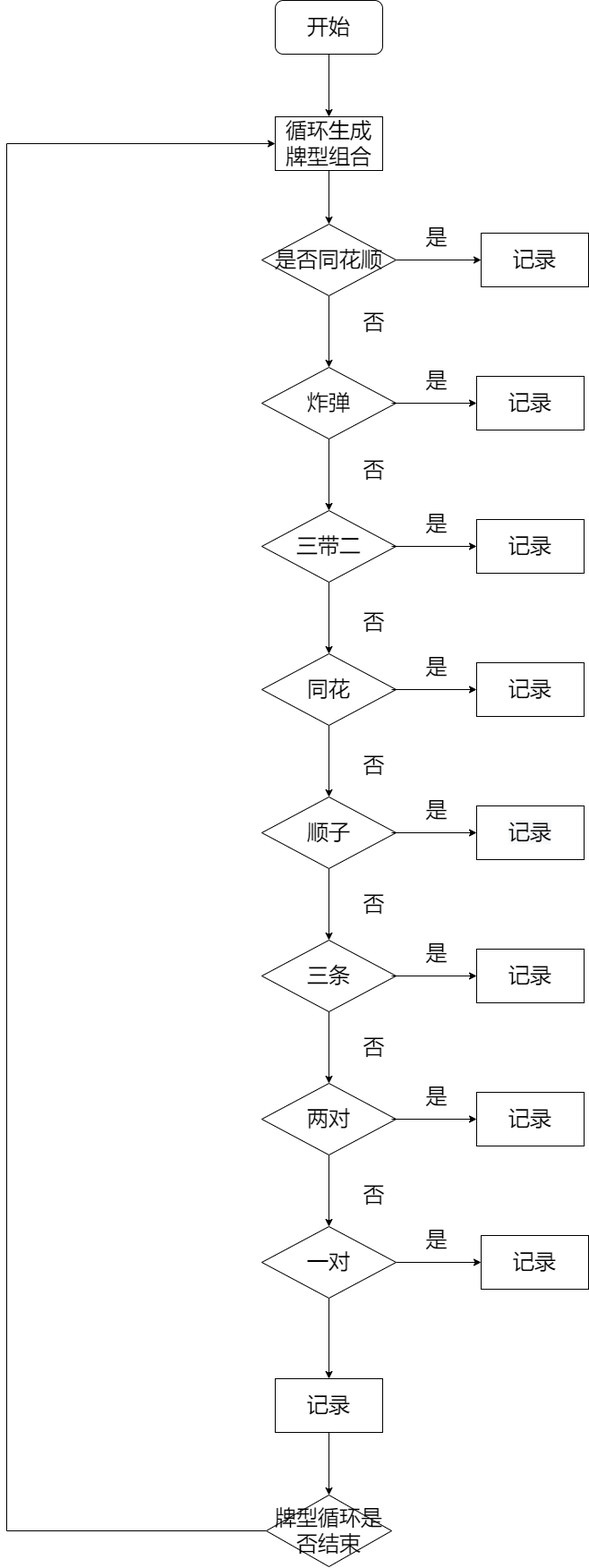
Above: Untitled Diagram.drawio.png in whitesweater/first_ (draw.io), before the change. Source tidied: cells renumbered, new cells last; positions are measured from the earlier drawing's top-left corner, leaving out a move shared by most shapes.
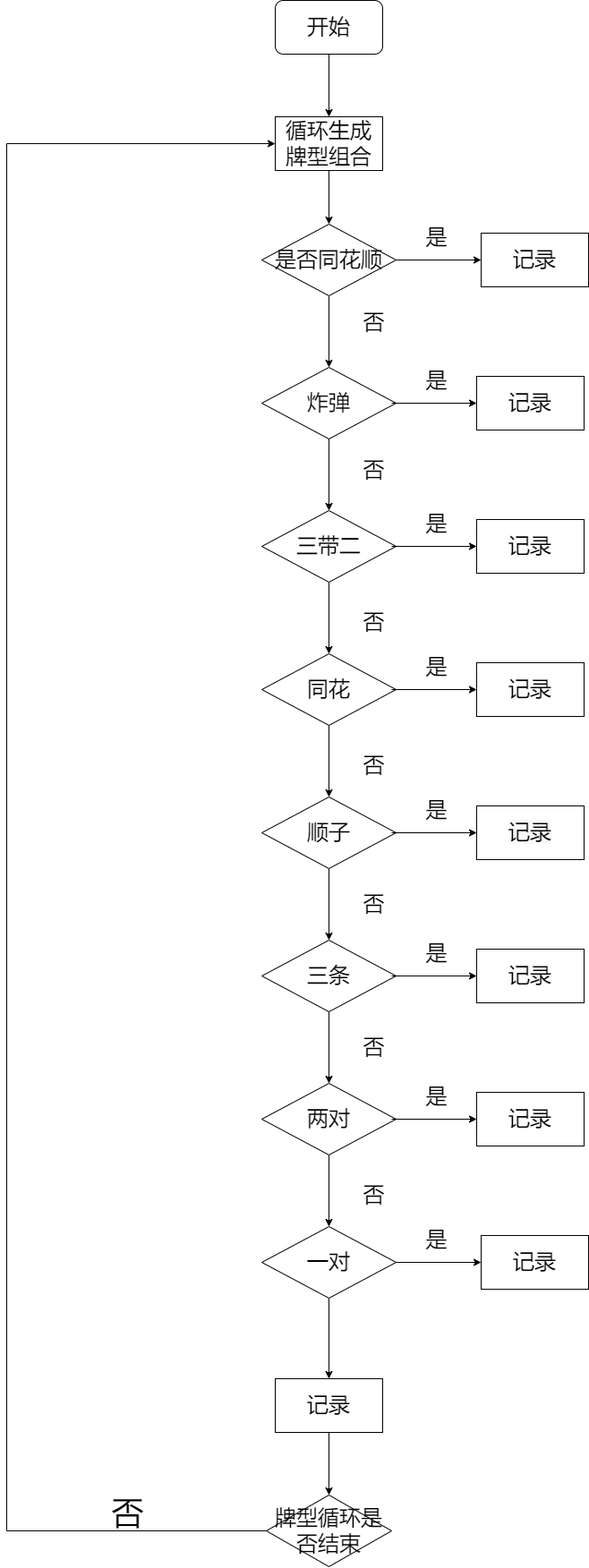
After the change.

What changed in the source:
```diff
@@ -188,5 +188,8 @@
     <mxCell id="56" value="牌型循环是否结束" style="rhombus;whiteSpace=wrap;html=1;fontSize=24;" parent="1" vertex="1">
       <mxGeometry x="290" y="1670" width="140" height="80" as="geometry" />
     </mxCell>
+    <mxCell id="57" value="&lt;font style=&quot;font-size: 36px&quot;&gt;否&lt;/font&gt;" style="text;html=1;align=center;verticalAlign=middle;strokeColor=none;fillColor=none;fontSize=24;" parent="1" vertex="1">
+      <mxGeometry x="110" y="1670" width="50" height="40" as="geometry" />
+    </mxCell>
   </root>
 </mxGraphModel>
```
